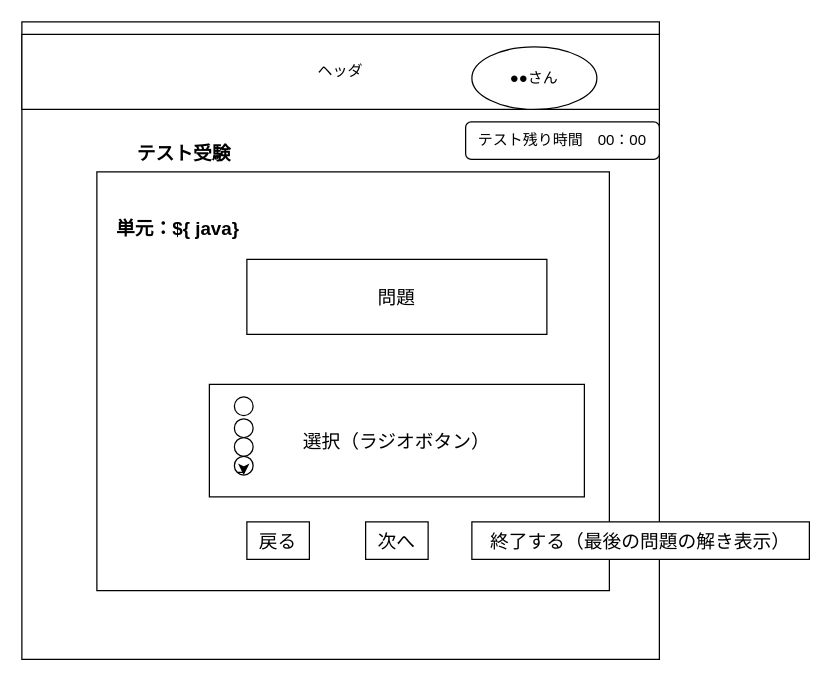
DOJO-2021/A-3 keeps this draw.io diagram as 外部設計DRAWIO/1.2テスト受験画面.drawio. Above is the earlier version. Source tidied: cells renumbered, new cells numbered last; positions are measured from the earlier drawing's top-left corner, leaving out a move shared by most shapes. Both pictures are drawn from the tidied source at 125%, with x=0, y=0 at pixel (21, 21).
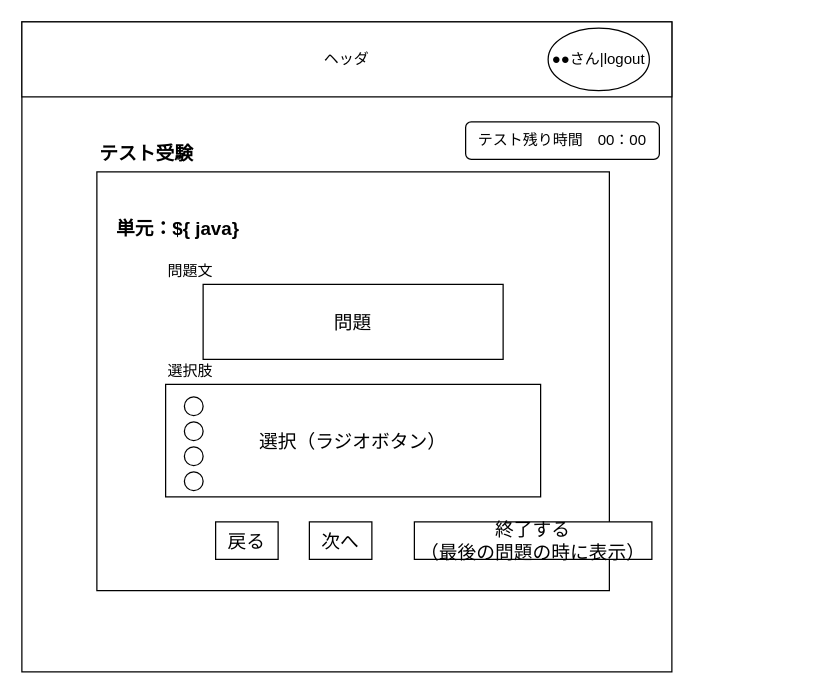
After the change.

What changed in the source:
```diff
@@
     <mxCell id="2" style="whiteSpace=wrap;html=1;" parent="1" vertex="1">
-      <mxGeometry width="510" height="510" as="geometry" />
+      <mxGeometry width="520" height="520" as="geometry" />
     </mxCell>
@@
-    <mxCell id="4" value="ヘッダ" style="rounded=0;whiteSpace=wrap;html=1;" parent="1" vertex="1">
-      <mxGeometry y="10" width="510" height="60" as="geometry" />
-    </mxCell>
-    <mxCell id="5" value="●●さん" style="ellipse;whiteSpace=wrap;html=1;fontSize=12;" parent="1" vertex="1">
-      <mxGeometry x="360" y="20" width="100" height="50" as="geometry" />
-    </mxCell>
     <mxCell id="6" value="テスト受験" style="text;html=1;strokeColor=none;fillColor=none;align=center;verticalAlign=middle;whiteSpace=wrap;rounded=0;fontStyle=1;fontSize=15;" parent="1" vertex="1">
-      <mxGeometry x="90" y="75" width="80" height="60" as="geometry" />
+      <mxGeometry x="60" y="75" width="80" height="60" as="geometry" />
     </mxCell>
@@
     <mxCell id="8" value="問題" style="rounded=0;whiteSpace=wrap;html=1;fontSize=15;" parent="1" vertex="1">
-      <mxGeometry x="180" y="190" width="240" height="60" as="geometry" />
+      <mxGeometry x="145" y="210" width="240" height="60" as="geometry" />
     </mxCell>
     <mxCell id="9" value="選択（ラジオボタン）" style="rounded=0;whiteSpace=wrap;html=1;fontSize=15;" parent="1" vertex="1">
-      <mxGeometry x="150" y="290" width="300" height="90" as="geometry" />
+      <mxGeometry x="115" y="290" width="300" height="90" as="geometry" />
     </mxCell>
     <mxCell id="10" value="次へ" style="rounded=0;whiteSpace=wrap;html=1;fontSize=15;" parent="1" vertex="1">
-      <mxGeometry x="275" y="400" width="50" height="30" as="geometry" />
+      <mxGeometry x="230" y="400" width="50" height="30" as="geometry" />
     </mxCell>
     <mxCell id="11" value="戻る" style="rounded=0;whiteSpace=wrap;html=1;fontSize=15;" parent="1" vertex="1">
-      <mxGeometry x="180" y="400" width="50" height="30" as="geometry" />
+      <mxGeometry x="155" y="400" width="50" height="30" as="geometry" />
     </mxCell>
-    <mxCell id="12" value="終了する（最後の問題の解き表示）" style="rounded=0;whiteSpace=wrap;html=1;fontSize=15;" parent="1" vertex="1">
-      <mxGeometry x="360" y="400" width="270" height="30" as="geometry" />
+    <mxCell id="12" value="終了する&lt;br&gt;（最後の問題の時に表示）" style="rounded=0;whiteSpace=wrap;html=1;fontSize=15;" parent="1" vertex="1">
+      <mxGeometry x="314" y="400" width="190" height="30" as="geometry" />
     </mxCell>
@@
     <mxCell id="14" style="ellipse;whiteSpace=wrap;html=1;" parent="1" vertex="1">
-      <mxGeometry x="170" y="300" width="15" height="15" as="geometry" />
+      <mxGeometry x="130" y="300" width="15" height="15" as="geometry" />
     </mxCell>
     <mxCell id="15" style="ellipse;whiteSpace=wrap;html=1;" parent="1" vertex="1">
-      <mxGeometry x="170" y="317.5" width="15" height="15" as="geometry" />
+      <mxGeometry x="130" y="320" width="15" height="15" as="geometry" />
     </mxCell>
     <mxCell id="16" style="ellipse;whiteSpace=wrap;html=1;" parent="1" vertex="1">
-      <mxGeometry x="170" y="332.5" width="15" height="15" as="geometry" />
+      <mxGeometry x="130" y="340" width="15" height="15" as="geometry" />
     </mxCell>
     <mxCell id="17" style="ellipse;whiteSpace=wrap;html=1;" parent="1" vertex="1">
-      <mxGeometry x="170" y="347.5" width="15" height="15" as="geometry" />
+      <mxGeometry x="130" y="360" width="15" height="15" as="geometry" />
     </mxCell>
-    <mxCell id="18" style="edgeStyle=orthogonalEdgeStyle;rounded=0;orthogonalLoop=1;jettySize=auto;html=1;exitX=0;exitY=1;exitDx=0;exitDy=0;entryX=0.5;entryY=1;entryDx=0;entryDy=0;" parent="1" edge="1" source="17" target="17">
-      <mxGeometry relative="1" as="geometry" />
-    </mxCell>
+    <mxCell id="19" style="group;" parent="1" vertex="1">
+      <mxGeometry width="520" height="60" as="geometry" />
+    </mxCell>
+    <mxCell id="4" value="ヘッダ" style="rounded=0;whiteSpace=wrap;html=1;" parent="19" vertex="1">
+      <mxGeometry width="520" height="60" as="geometry" />
+    </mxCell>
+    <mxCell id="20" value="●●さん|logout" style="ellipse;whiteSpace=wrap;html=1;fontSize=12;" parent="19" vertex="1">
+      <mxGeometry x="421" y="5" width="81" height="50" as="geometry" />
+    </mxCell>
+    <mxCell id="21" value="問題文" style="text;html=1;strokeColor=none;fillColor=none;align=center;verticalAlign=middle;whiteSpace=wrap;rounded=0;" parent="1" vertex="1">
+      <mxGeometry x="115" y="190" width="40" height="20" as="geometry" />
+    </mxCell>
+    <mxCell id="22" value="選択肢" style="text;html=1;strokeColor=none;fillColor=none;align=center;verticalAlign=middle;whiteSpace=wrap;rounded=0;" parent="1" vertex="1">
+      <mxGeometry x="115" y="270" width="40" height="20" as="geometry" />
+    </mxCell>
```
